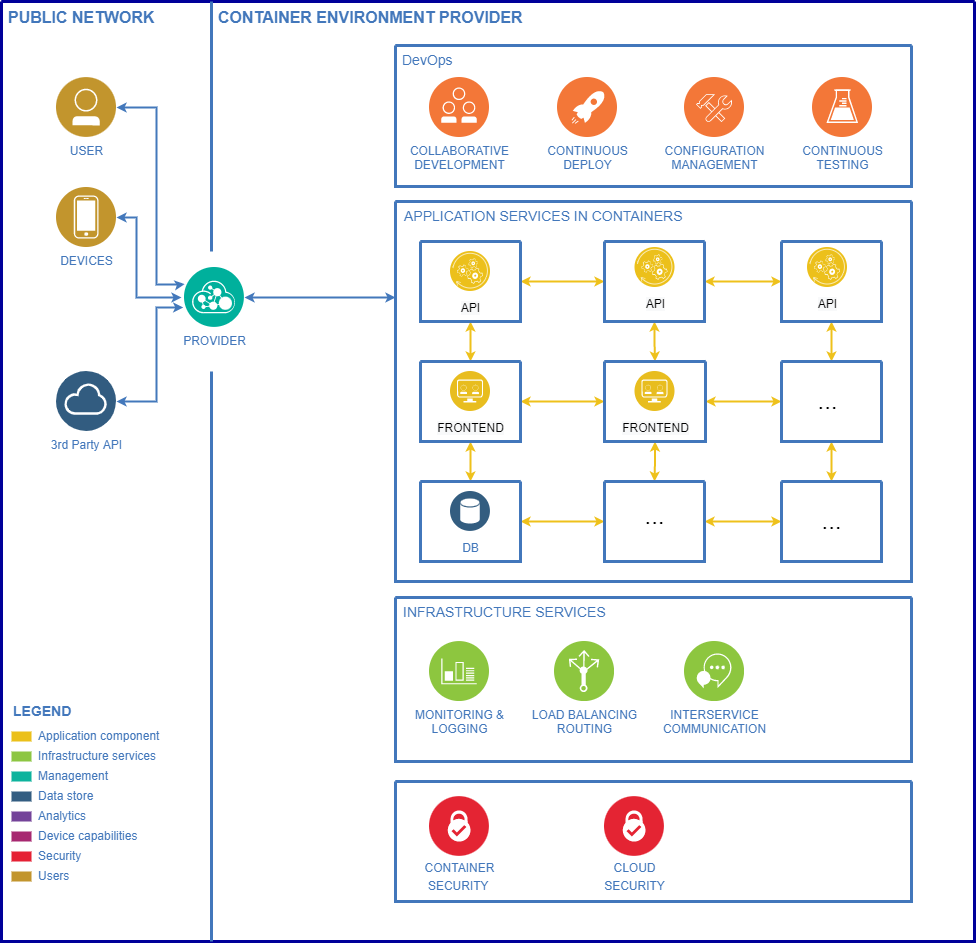
The draw.io diagram docs/operationalModelFinal.png in leen001/Captain_Cook, before a commit. Source tidied: cells renumbered, new cells last; positions are measured from the earlier drawing's top-left corner, leaving out a move shared by most shapes.
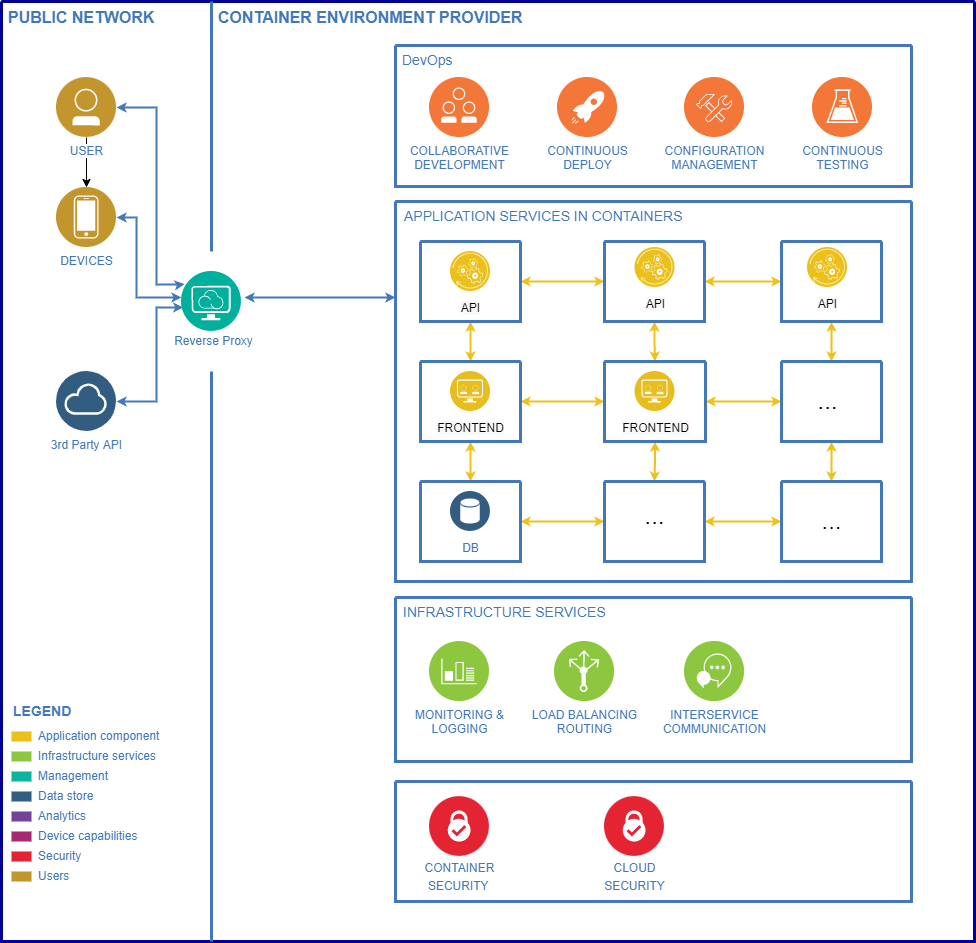
Above is the later version.

Commit message:
Provider -> Reverse Proxy

What changed in the source:
```diff
@@ -69,6 +69,9 @@
         </Array>
       </mxGeometry>
     </mxCell>
+    <mxCell id="73" style="edgeStyle=none;html=1;" parent="2" edge="1" source="22" target="24">
+      <mxGeometry relative="1" as="geometry" />
+    </mxCell>
     <mxCell id="22" value="&lt;div&gt;USER&lt;/div&gt;" style="perimeter=ellipsePerimeter;html=1;align=center;shadow=0;dashed=0;image;image=img/lib/ibm/users/user.svg;labelBackgroundColor=#ffffff;strokeColor=#666666;strokeWidth=3;fillColor=#C2952D;gradientColor=none;fontSize=12;fontColor=#4277BB;" parent="2" vertex="1">
       <mxGeometry x="55" y="76" width="60" height="60" as="geometry" />
     </mxCell>
@@ -96,16 +99,14 @@
     <mxCell id="26" value="3rd Party API" style="perimeter=ellipsePerimeter;html=1;align=center;shadow=0;dashed=0;image;image=img/lib/ibm/data/cloud.svg;labelBackgroundColor=#ffffff;strokeColor=#666666;strokeWidth=3;fillColor=#C2952D;gradientColor=none;fontSize=12;fontColor=#4277BB;" parent="2" vertex="1">
       <mxGeometry x="55" y="370" width="60" height="60" as="geometry" />
     </mxCell>
-    <mxCell id="27" style="edgeStyle=elbowEdgeStyle;rounded=0;html=1;labelBackgroundColor=#ffffff;startArrow=classic;startFill=1;startSize=4;endArrow=classic;endFill=1;endSize=4;jettySize=auto;strokeColor=#4378BB;strokeWidth=2;fontSize=19;fontColor=#CC99FF;elbow=vertical;" parent="2" edge="1" source="28" target="35">
+    <mxCell id="27" style="edgeStyle=elbowEdgeStyle;rounded=0;html=1;labelBackgroundColor=#ffffff;startArrow=classic;startFill=1;startSize=4;endArrow=classic;endFill=1;endSize=4;jettySize=auto;strokeColor=#4378BB;strokeWidth=2;fontSize=19;fontColor=#CC99FF;elbow=vertical;" parent="2" edge="1" target="35">
       <mxGeometry relative="1" as="geometry">
+        <mxPoint x="243" y="296" as="sourcePoint" />
         <Array as="points">
           <mxPoint x="376" y="296" />
         </Array>
       </mxGeometry>
     </mxCell>
-    <mxCell id="28" value="PROVIDER" style="perimeter=ellipsePerimeter;html=1;align=center;shadow=0;dashed=0;image;image=img/lib/ibm/management/api_management.svg;labelBackgroundColor=#ffffff;strokeColor=#666666;strokeWidth=3;fillColor=#C2952D;gradientColor=none;fontSize=12;fontColor=#4277BB;" parent="2" vertex="1">
-      <mxGeometry x="183" y="266" width="60" height="60" as="geometry" />
-    </mxCell>
     <mxCell id="29" style="swimlane;shadow=0;strokeColor=#4277BB;fillColor=#ffffff;fontColor=#4277BB;align=right;startSize=0;strokeWidth=3;" parent="2" vertex="1">
       <mxGeometry x="394" y="44" width="516" height="141" as="geometry" />
     </mxCell>
@@ -238,5 +239,11 @@
     <mxCell id="72" value="INFRASTRUCTURE SERVICES" style="text;html=1;align=left;verticalAlign=top;fontColor=#4277BB;shadow=0;dashed=0;strokeColor=none;fillColor=none;labelBackgroundColor=none;fontStyle=0;fontSize=14;spacingLeft=5;" parent="68" vertex="1">
       <mxGeometry x="1" width="231" height="24" as="geometry" />
     </mxCell>
+    <mxCell id="74" style="perimeter=ellipsePerimeter;html=1;align=center;shadow=0;dashed=0;fontColor=#4277BB;labelBackgroundColor=#ffffff;fontSize=12;spacingTop=3;image;image=img/lib/ibm/management/provider_cloud_portal_service.svg;" parent="2" vertex="1">
+      <mxGeometry x="180" y="270" width="60" height="60" as="geometry" />
+    </mxCell>
+    <mxCell id="75" value="&lt;font color=&quot;#4277bb&quot; style=&quot;background-color: rgb(255 , 255 , 255)&quot;&gt;Reverse Proxy&lt;/font&gt;" style="text;html=1;align=center;verticalAlign=middle;strokeColor=none;fillColor=none;" parent="2" vertex="1">
+      <mxGeometry x="167" y="330" width="90" height="20" as="geometry" />
+    </mxCell>
   </root>
 </mxGraphModel>
```
